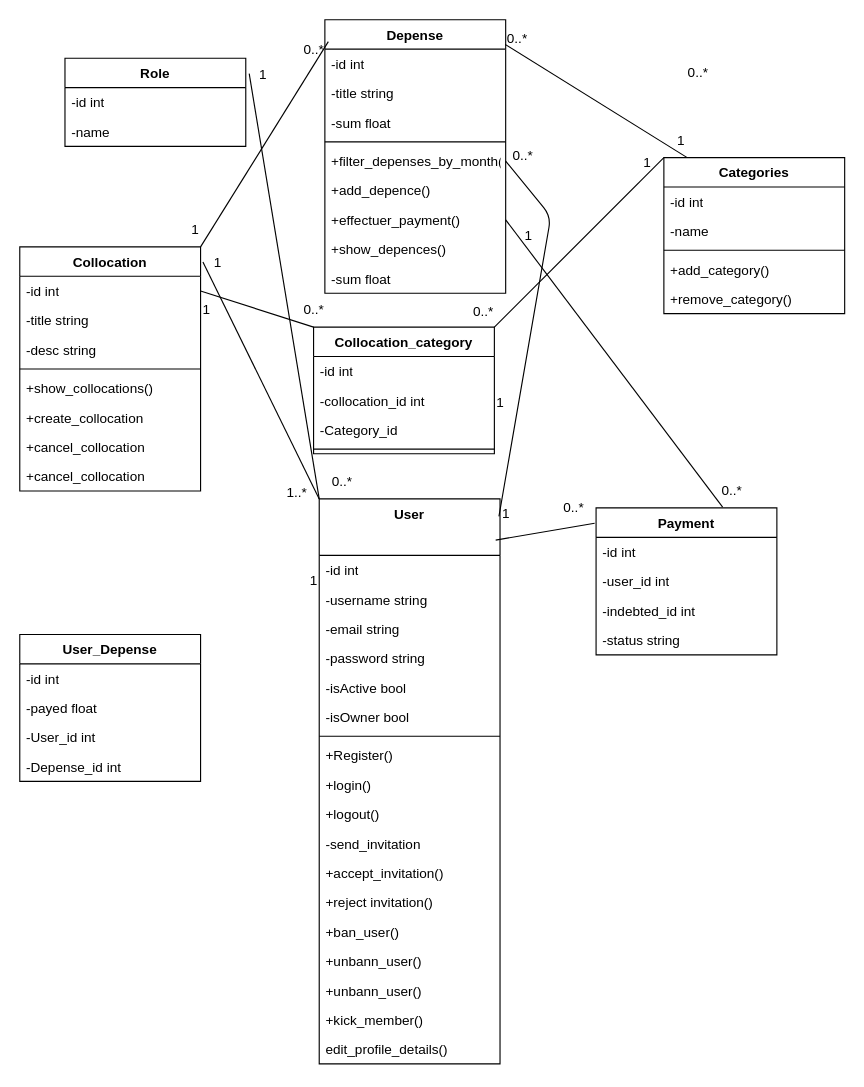
Before: diagrammes/dgm_Classes.drawio in Ammar-Kasimi/briefSoutenance2, a draw.io diagram. Source tidied: cells renumbered, new cells numbered last; positions are measured from the earlier drawing's top-left corner, leaving out a move shared by most shapes. Both pictures are drawn from the tidied source at 113%, with x=0, y=0 at pixel (19, 19).
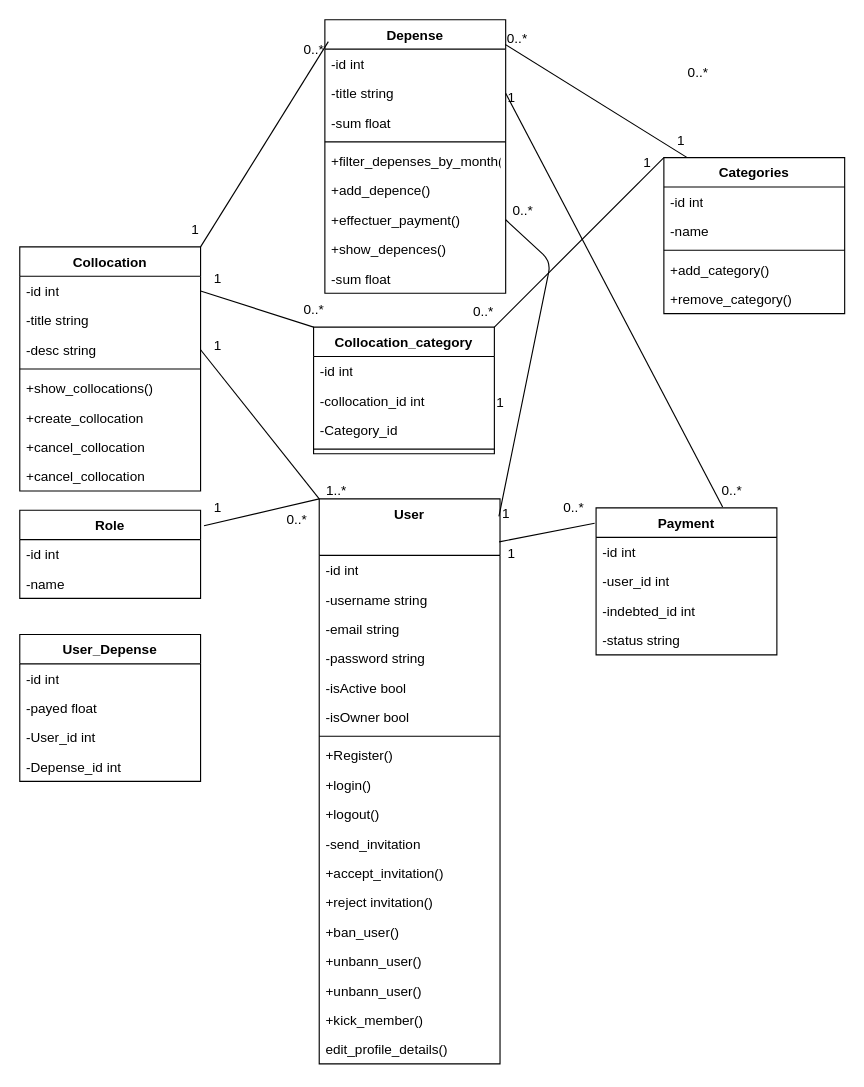
After the change.

The change refers to these unchanged cells:
```xml
<mxCell id="2" value="User" style="swimlane;fontStyle=1;align=center;verticalAlign=top;horizontal=1;startSize=50;whiteSpace=wrap;html=1;" parent="1" vertex="1">
  <mxGeometry x="265" y="424" width="160" height="500" as="geometry" />
</mxCell>
<mxCell id="26" value="-title string" style="text;strokeColor=none;fillColor=none;align=left;verticalAlign=top;spacingLeft=4;spacingRight=4;overflow=hidden;points=[[0,0.5],[1,0.5]];portConstraint=eastwest;whiteSpace=wrap;html=1;" parent="24" vertex="1">
  <mxGeometry y="52" width="160" height="26" as="geometry" />
</mxCell>
<mxCell id="29" value="+filter_depenses_by_month()" style="text;strokeColor=none;fillColor=none;align=left;verticalAlign=top;spacingLeft=4;spacingRight=4;overflow=hidden;points=[[0,0.5],[1,0.5]];portConstraint=eastwest;whiteSpace=wrap;html=1;" parent="24" vertex="1">
  <mxGeometry y="112" width="160" height="26" as="geometry" />
</mxCell>
<mxCell id="31" value="+effectuer_payment()" style="text;strokeColor=none;fillColor=none;align=left;verticalAlign=top;spacingLeft=4;spacingRight=4;overflow=hidden;points=[[0,0.5],[1,0.5]];portConstraint=eastwest;whiteSpace=wrap;html=1;" parent="24" vertex="1">
  <mxGeometry y="164" width="160" height="26" as="geometry" />
</mxCell>
<mxCell id="36" value="Collocation" style="swimlane;fontStyle=1;align=center;verticalAlign=top;horizontal=1;startSize=26;whiteSpace=wrap;html=1;" parent="1" vertex="1">
  <mxGeometry y="201" width="160" height="216" as="geometry" />
</mxCell>
<mxCell id="39" value="-desc string" style="text;strokeColor=none;fillColor=none;align=left;verticalAlign=top;spacingLeft=4;spacingRight=4;overflow=hidden;points=[[0,0.5],[1,0.5]];portConstraint=eastwest;whiteSpace=wrap;html=1;" parent="36" vertex="1">
  <mxGeometry y="78" width="160" height="26" as="geometry" />
</mxCell>
<mxCell id="76" value="Payment" style="swimlane;fontStyle=1;align=center;verticalAlign=top;horizontal=1;startSize=26;whiteSpace=wrap;html=1;" parent="1" vertex="1">
  <mxGeometry x="510" y="432" width="160" height="130" as="geometry" />
</mxCell>
```

Change to the diagram source:
```diff
@@
     <mxCell id="21" value="Role" style="swimlane;fontStyle=1;align=center;verticalAlign=top;horizontal=1;startSize=26;whiteSpace=wrap;html=1;" parent="1" vertex="1">
-      <mxGeometry x="40" y="34" width="160" height="78" as="geometry" />
+      <mxGeometry y="434" width="160" height="78" as="geometry" />
     </mxCell>
@@
-    <mxCell id="34" style="endArrow=none;html=1;exitX=1;exitY=0.5;exitDx=0;exitDy=0;entryX=0.994;entryY=0.031;entryDx=0;entryDy=0;entryPerimeter=0;" parent="1" edge="1" source="29" target="2">
+    <mxCell id="34" style="endArrow=none;html=1;exitX=1;exitY=0.5;exitDx=0;exitDy=0;entryX=0.994;entryY=0.031;entryDx=0;entryDy=0;entryPerimeter=0;" parent="1" edge="1" source="31" target="2">
       <mxGeometry relative="1" as="geometry">
         <Array as="points">
-          <mxPoint x="470" y="174" />
+          <mxPoint x="470" y="214" />
         </Array>
       </mxGeometry>
     </mxCell>
@@
-    <mxCell id="45" style="endArrow=none;html=1;exitX=0;exitY=0;exitDx=0;exitDy=0;entryX=1.013;entryY=0.062;entryDx=0;entryDy=0;entryPerimeter=0;" parent="1" edge="1" source="2" target="36">
+    <mxCell id="45" style="endArrow=none;html=1;exitX=0;exitY=0;exitDx=0;exitDy=0;entryX=1;entryY=0.5;entryDx=0;entryDy=0;" parent="1" edge="1" source="2" target="39">
       <mxGeometry relative="1" as="geometry" />
     </mxCell>
@@
     <mxCell id="54" value="1" style="text;html=1;align=center;verticalAlign=middle;strokeColor=none;fillColor=none;" parent="1" vertex="1">
-      <mxGeometry x="160" y="200" width="30" height="30" as="geometry" />
+      <mxGeometry x="160" y="274" width="30" height="30" as="geometry" />
     </mxCell>
     <mxCell id="55" value="1..*" style="text;html=1;align=center;verticalAlign=middle;strokeColor=none;fillColor=none;" parent="1" vertex="1">
-      <mxGeometry x="225" y="404" width="40" height="30" as="geometry" />
+      <mxGeometry x="260" y="402" width="40" height="30" as="geometry" />
     </mxCell>
@@
     <mxCell id="58" value="1" style="text;html=1;align=center;verticalAlign=middle;strokeColor=none;fillColor=none;" parent="1" vertex="1">
-      <mxGeometry x="200" y="34" width="30" height="30" as="geometry" />
+      <mxGeometry x="160" y="417" width="30" height="30" as="geometry" />
     </mxCell>
     <mxCell id="59" value="0..*" style="text;html=1;align=center;verticalAlign=middle;strokeColor=none;fillColor=none;" parent="1" vertex="1">
-      <mxGeometry x="265" y="394" width="40" height="30" as="geometry" />
+      <mxGeometry x="225" y="428" width="40" height="30" as="geometry" />
     </mxCell>
@@
     <mxCell id="61" value="0..*" style="text;html=1;align=center;verticalAlign=middle;strokeColor=none;fillColor=none;" parent="1" vertex="1">
-      <mxGeometry x="425" y="106" width="40" height="30" as="geometry" />
+      <mxGeometry x="425" y="154" width="40" height="30" as="geometry" />
     </mxCell>
@@
     <mxCell id="75" value="1" style="text;html=1;align=center;verticalAlign=middle;strokeColor=none;fillColor=none;" parent="1" vertex="1">
-      <mxGeometry x="150" y="242" width="30" height="30" as="geometry" />
+      <mxGeometry x="160" y="214" width="30" height="30" as="geometry" />
     </mxCell>
@@
-    <mxCell id="81" style="endArrow=none;html=1;exitX=0.976;exitY=0.073;exitDx=0;exitDy=0;entryX=-0.008;entryY=0.104;entryDx=0;entryDy=0;entryPerimeter=0;exitPerimeter=0;" parent="1" edge="1" source="2" target="76">
+    <mxCell id="81" style="endArrow=none;html=1;entryX=-0.008;entryY=0.104;entryDx=0;entryDy=0;entryPerimeter=0;exitX=0.995;exitY=0.076;exitDx=0;exitDy=0;exitPerimeter=0;" parent="1" edge="1" source="2" target="76">
       <mxGeometry relative="1" as="geometry" />
     </mxCell>
@@
     <mxCell id="83" value="1" style="text;html=1;align=center;verticalAlign=middle;strokeColor=none;fillColor=none;" parent="1" vertex="1">
-      <mxGeometry x="245" y="482" width="30" height="30" as="geometry" />
+      <mxGeometry x="420" y="458" width="30" height="30" as="geometry" />
     </mxCell>
-    <mxCell id="84" style="endArrow=none;html=1;entryX=0.7;entryY=-0.006;entryDx=0;entryDy=0;entryPerimeter=0;exitX=1;exitY=0.5;exitDx=0;exitDy=0;" parent="1" edge="1" source="31" target="76">
+    <mxCell id="84" style="endArrow=none;html=1;entryX=0.7;entryY=-0.006;entryDx=0;entryDy=0;entryPerimeter=0;exitX=1;exitY=0.5;exitDx=0;exitDy=0;" parent="1" edge="1" source="26" target="76">
       <mxGeometry relative="1" as="geometry" />
     </mxCell>
@@
     <mxCell id="86" value="1" style="text;html=1;align=center;verticalAlign=middle;strokeColor=none;fillColor=none;" parent="1" vertex="1">
-      <mxGeometry x="435" y="176" width="30" height="30" as="geometry" />
+      <mxGeometry x="420" y="54" width="30" height="30" as="geometry" />
     </mxCell>
```
